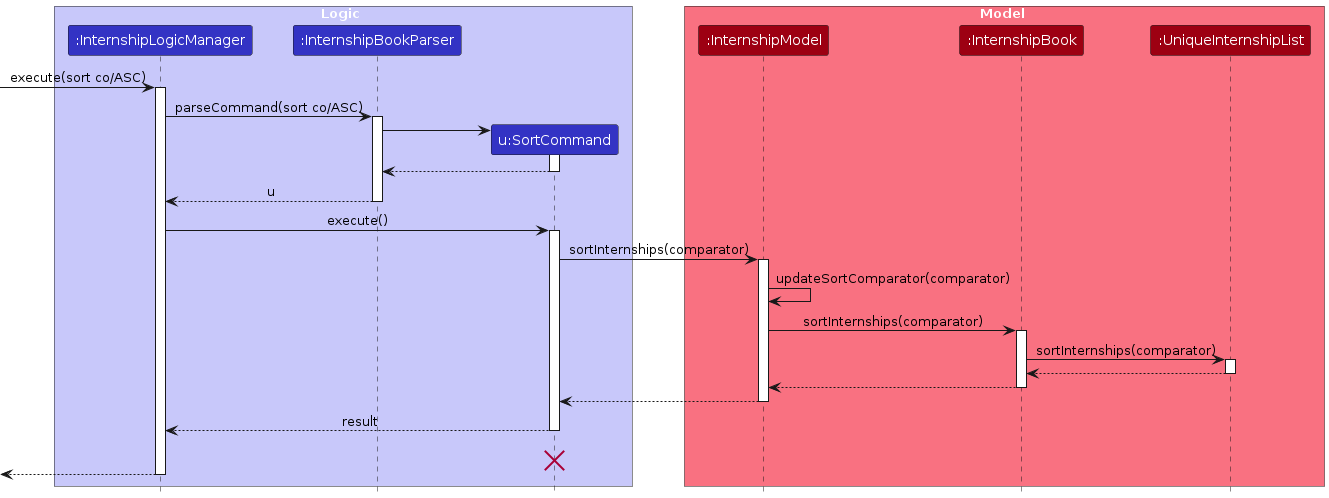
Before: diagrams/SortSequenceDiagram.png, a diagram exported from PlantUML (AY2324S1-CS2103T-W17-1/tp). Its source is kept beside it as diagrams/SortSequenceDiagram.puml.
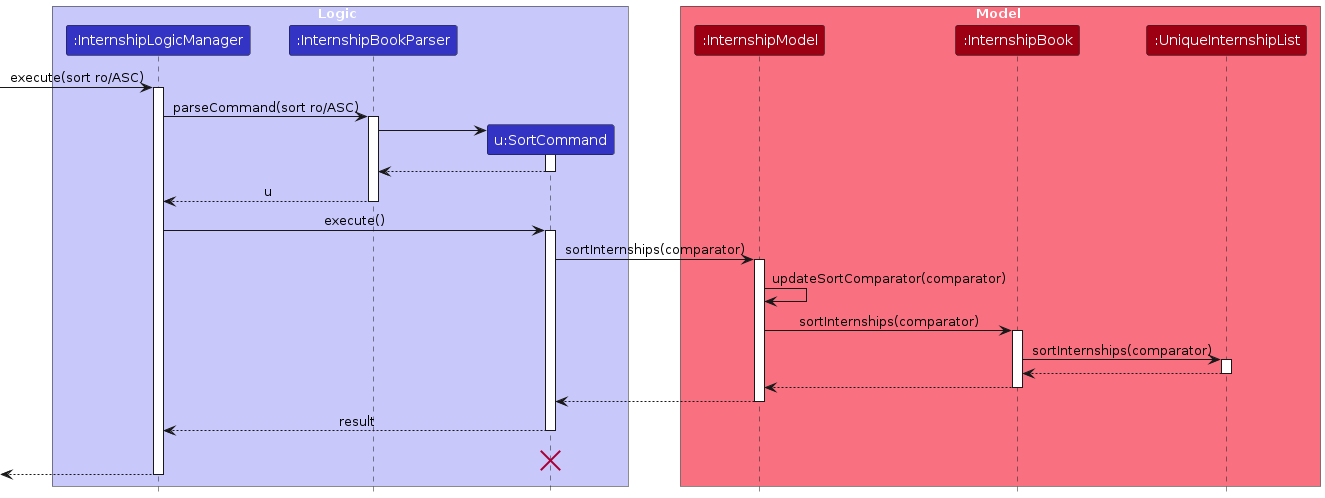
Later version of the same file.

The edit, as a diff of the source:
```diff
@@ -14,10 +14,10 @@
 participant ":UniqueInternshipList" as UniqueInternshipList MODEL_COLOR
 
 end box
-[-> InternshipLogicManager : execute(sort co/ASC)
+[-> InternshipLogicManager : execute(sort ro/ASC)
 activate InternshipLogicManager
 
-InternshipLogicManager -> InternshipBookParser : parseCommand(sort co/ASC)
+InternshipLogicManager -> InternshipBookParser : parseCommand(sort ro/ASC)
 activate InternshipBookParser
 
 create SortCommand
```
